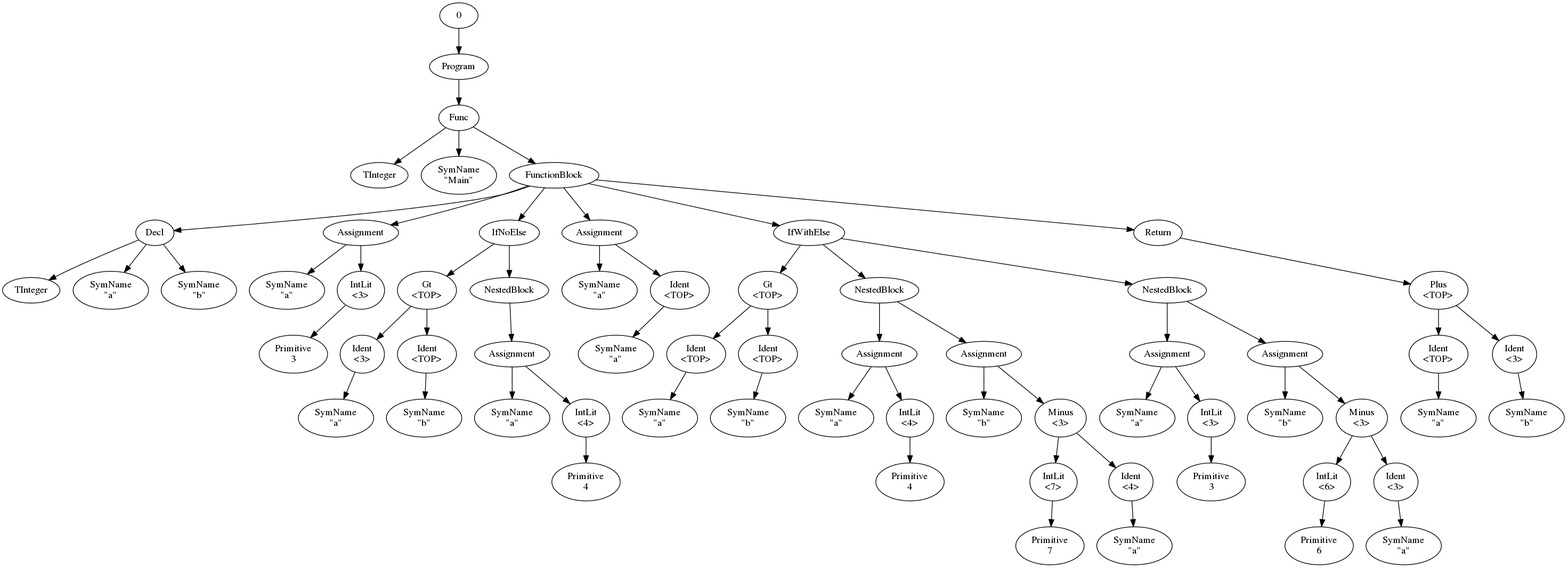
This is typecheck/testProgram.png from drewtaylors/cs160, a Graphviz export, as it was before one commit. Its source is kept beside it as typecheck/testProgram.dot.
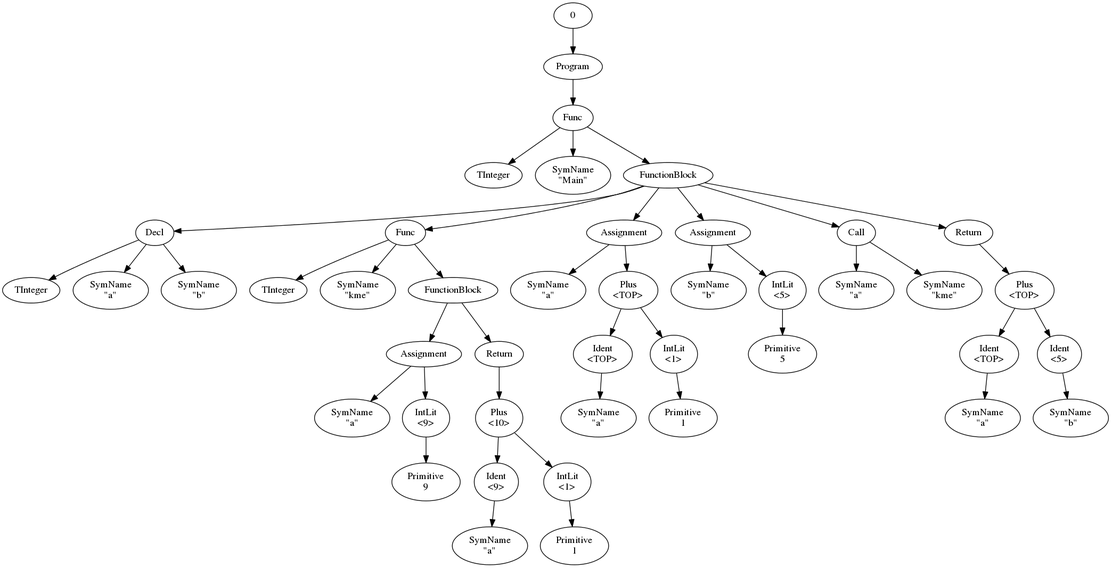
The same file after the commit.

Change to the diagram source:
```diff
@@ -17,114 +17,72 @@
 "6" -> "8"
 "9" [label="SymName\n\"b\""]
 "6" -> "9"
-"10" [label="Assignment"]
+"10" [label="Func"]
 "5" -> "10"
-"11" [label="SymName\n\"a\""]
+"11" [label="TInteger"]
 "10" -> "11"
-"12" [label="IntLit\n<3>"]
+"12" [label="SymName\n\"kme\""]
 "10" -> "12"
-"13" [label="Primitive\n3"]
-"12" -> "13"
-"14" [label="IfNoElse"]
-"5" -> "14"
-"15" [label="Gt\n<TOP>"]
+"13" [label="FunctionBlock"]
+"10" -> "13"
+"14" [label="Assignment"]
+"13" -> "14"
+"15" [label="SymName\n\"a\""]
 "14" -> "15"
-"16" [label="Ident\n<3>"]
-"15" -> "16"
-"17" [label="SymName\n\"a\""]
+"16" [label="IntLit\n<9>"]
+"14" -> "16"
+"17" [label="Primitive\n9"]
 "16" -> "17"
-"18" [label="Ident\n<TOP>"]
-"15" -> "18"
-"19" [label="SymName\n\"b\""]
+"18" [label="Return"]
+"13" -> "18"
+"19" [label="Plus\n<10>"]
 "18" -> "19"
-"20" [label="NestedBlock"]
-"14" -> "20"
-"21" [label="Assignment"]
+"20" [label="Ident\n<9>"]
+"19" -> "20"
+"21" [label="SymName\n\"a\""]
 "20" -> "21"
-"22" [label="SymName\n\"a\""]
-"21" -> "22"
-"23" [label="IntLit\n<4>"]
-"21" -> "23"
-"24" [label="Primitive\n4"]
-"23" -> "24"
-"25" [label="Assignment"]
-"5" -> "25"
-"26" [label="SymName\n\"a\""]
-"25" -> "26"
+"22" [label="IntLit\n<1>"]
+"19" -> "22"
+"23" [label="Primitive\n1"]
+"22" -> "23"
+"24" [label="Assignment"]
+"5" -> "24"
+"25" [label="SymName\n\"a\""]
+"24" -> "25"
+"26" [label="Plus\n<TOP>"]
+"24" -> "26"
 "27" [label="Ident\n<TOP>"]
-"25" -> "27"
+"26" -> "27"
 "28" [label="SymName\n\"a\""]
 "27" -> "28"
-"29" [label="IfWithElse"]
-"5" -> "29"
-"30" [label="Gt\n<TOP>"]
+"29" [label="IntLit\n<1>"]
+"26" -> "29"
+"30" [label="Primitive\n1"]
 "29" -> "30"
-"31" [label="Ident\n<TOP>"]
-"30" -> "31"
-"32" [label="SymName\n\"a\""]
+"31" [label="Assignment"]
+"5" -> "31"
+"32" [label="SymName\n\"b\""]
 "31" -> "32"
-"33" [label="Ident\n<TOP>"]
-"30" -> "33"
-"34" [label="SymName\n\"b\""]
+"33" [label="IntLit\n<5>"]
+"31" -> "33"
+"34" [label="Primitive\n5"]
 "33" -> "34"
-"35" [label="NestedBlock"]
-"29" -> "35"
-"36" [label="Assignment"]
+"35" [label="Call"]
+"5" -> "35"
+"36" [label="SymName\n\"a\""]
 "35" -> "36"
-"37" [label="SymName\n\"a\""]
-"36" -> "37"
-"38" [label="IntLit\n<4>"]
-"36" -> "38"
-"39" [label="Primitive\n4"]
+"37" [label="SymName\n\"kme\""]
+"35" -> "37"
+"38" [label="Return"]
+"5" -> "38"
+"39" [label="Plus\n<TOP>"]
 "38" -> "39"
-"40" [label="Assignment"]
-"35" -> "40"
-"41" [label="SymName\n\"b\""]
+"40" [label="Ident\n<TOP>"]
+"39" -> "40"
+"41" [label="SymName\n\"a\""]
 "40" -> "41"
-"42" [label="Minus\n<3>"]
-"40" -> "42"
-"43" [label="IntLit\n<7>"]
+"42" [label="Ident\n<5>"]
+"39" -> "42"
+"43" [label="SymName\n\"b\""]
 "42" -> "43"
-"44" [label="Primitive\n7"]
-"43" -> "44"
-"45" [label="Ident\n<4>"]
-"42" -> "45"
-"46" [label="SymName\n\"a\""]
-"45" -> "46"
-"47" [label="NestedBlock"]
-"29" -> "47"
-"48" [label="Assignment"]
-"47" -> "48"
-"49" [label="SymName\n\"a\""]
-"48" -> "49"
-"50" [label="IntLit\n<3>"]
-"48" -> "50"
-"51" [label="Primitive\n3"]
-"50" -> "51"
-"52" [label="Assignment"]
-"47" -> "52"
-"53" [label="SymName\n\"b\""]
-"52" -> "53"
-"54" [label="Minus\n<3>"]
-"52" -> "54"
-"55" [label="IntLit\n<6>"]
-"54" -> "55"
-"56" [label="Primitive\n6"]
-"55" -> "56"
-"57" [label="Ident\n<3>"]
-"54" -> "57"
-"58" [label="SymName\n\"a\""]
-"57" -> "58"
-"59" [label="Return"]
-"5" -> "59"
-"60" [label="Plus\n<TOP>"]
-"59" -> "60"
-"61" [label="Ident\n<TOP>"]
-"60" -> "61"
-"62" [label="SymName\n\"a\""]
-"61" -> "62"
-"63" [label="Ident\n<3>"]
-"60" -> "63"
-"64" [label="SymName\n\"b\""]
-"63" -> "64"
 };
```
